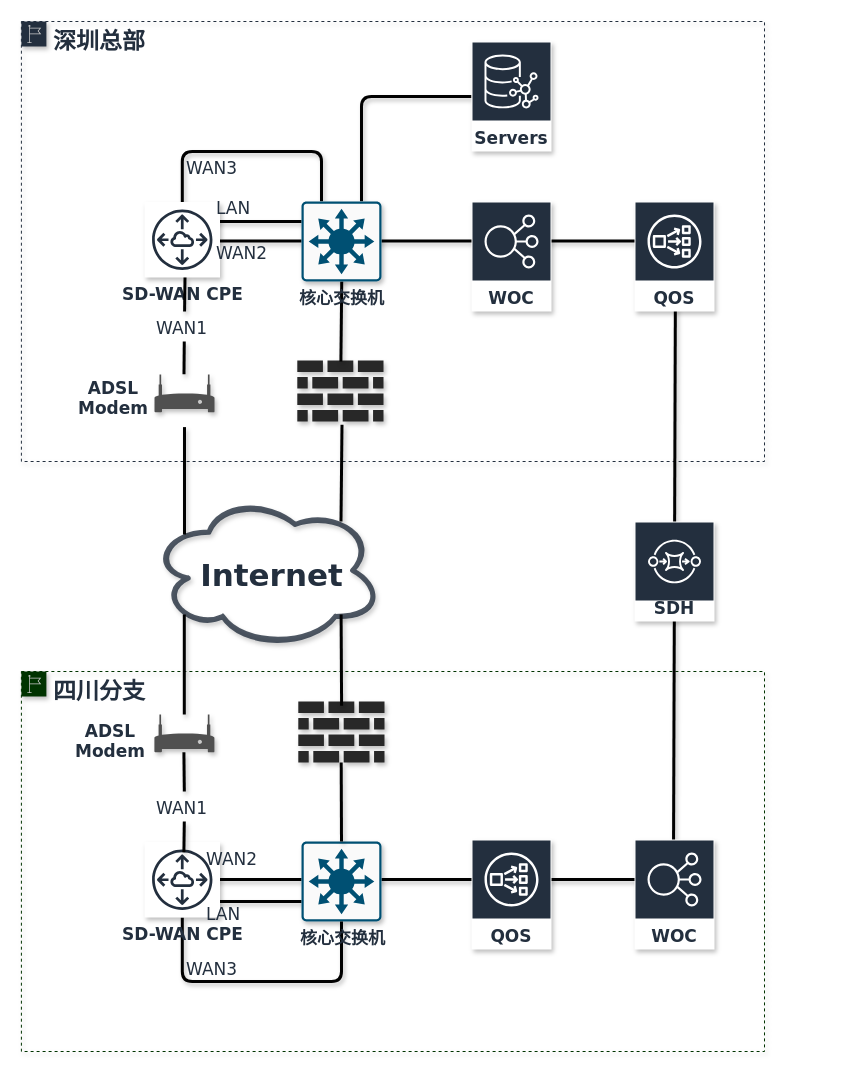
ZILLIONTSANG/NetworkDiagrams keeps this draw.io diagram as page "测试方案" (4 of 6) of Untitled Diagram.drawio. Above is the earlier version. Source tidied: cells renumbered, new cells numbered last; positions are measured from the earlier drawing's top-left corner, leaving out a move shared by most shapes. Both pictures are drawn from the tidied source at 100%, with x=0, y=0 at pixel (21, 21).
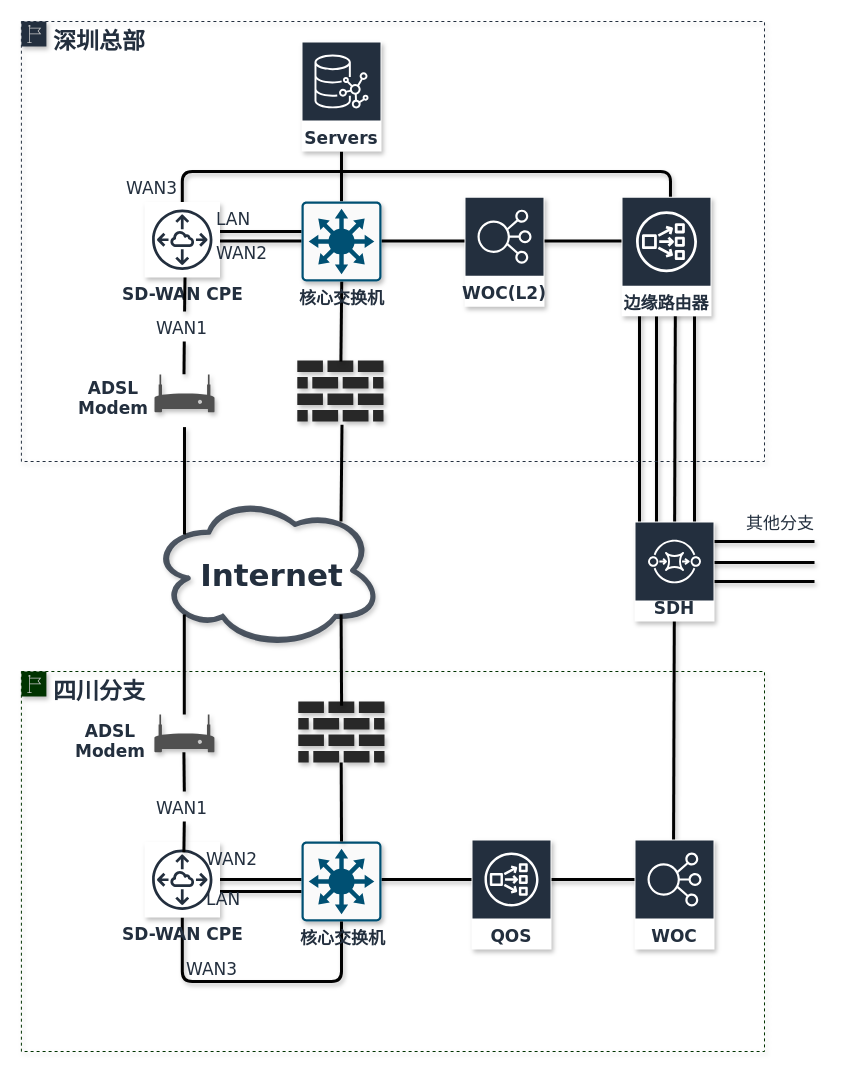
The same page after the edit.

The change refers to these unchanged cells:
```xml
<mxCell id="12" value="SD-WAN CPE" style="outlineConnect=0;fontColor=#232F3E;gradientColor=none;strokeColor=#232F3E;fillColor=#ffffff;dashed=0;verticalLabelPosition=bottom;verticalAlign=top;align=center;html=1;fontSize=17;fontStyle=1;shape=mxgraph.aws4.resourceIcon;resIcon=mxgraph.aws4.peering;fontFamily=Verdana;shadow=1;" parent="1" vertex="1">
  <mxGeometry x="123" y="180.5" width="75.5" height="75.5" as="geometry" />
</mxCell>
<mxCell id="32" style="points=[[0.015,0.015,0],[0.985,0.015,0],[0.985,0.985,0],[0.015,0.985,0],[0.25,0,0],[0.5,0,0],[0.75,0,0],[1,0.25,0],[1,0.5,0],[1,0.75,0],[0.75,1,0],[0.5,1,0],[0.25,1,0],[0,0.75,0],[0,0.5,0],[0,0.25,0]];verticalLabelPosition=bottom;html=1;verticalAlign=top;align=center;shape=mxgraph.cisco19.rect;prIcon=l3_switch;fillColor=#FAFAFA;strokeColor=#005073;dashed=0;fontSize=17;fontColor=#232F3E;fontFamily=Verdana;fontStyle=1;shadow=1;" parent="1" vertex="1">
  <mxGeometry x="280" y="180" width="80" height="80" as="geometry" />
</mxCell>
```

The edit, as a diff of the source:
```diff
@@
+    <mxCell id="51" style="edgeStyle=orthogonalEdgeStyle;rounded=0;orthogonalLoop=1;jettySize=auto;html=1;endArrow=none;endFill=0;strokeWidth=3;fontFamily=Verdana;fontSize=17;fontColor=#232F3E;shadow=1;" parent="1" edge="1">
+      <mxGeometry relative="1" as="geometry">
+        <mxPoint x="619" y="288" as="sourcePoint" />
+        <mxPoint x="793" y="520" as="targetPoint" />
+        <Array as="points">
+          <mxPoint x="618" y="288" />
+          <mxPoint x="618" y="520" />
+        </Array>
+      </mxGeometry>
+    </mxCell>
+    <mxCell id="52" style="edgeStyle=orthogonalEdgeStyle;rounded=0;jettySize=auto;html=1;endArrow=none;endFill=0;strokeWidth=3;fontFamily=Verdana;fontSize=17;fontColor=#232F3E;shadow=1;" parent="1" edge="1" source="55">
+      <mxGeometry relative="1" as="geometry">
+        <mxPoint x="793" y="560" as="targetPoint" />
+        <Array as="points">
+          <mxPoint x="673" y="560" />
+        </Array>
+      </mxGeometry>
+    </mxCell>
+    <mxCell id="53" style="edgeStyle=orthogonalEdgeStyle;rounded=0;jettySize=auto;html=1;endArrow=none;endFill=0;strokeWidth=3;fontFamily=Verdana;fontSize=17;fontColor=#232F3E;shadow=1;" parent="1" edge="1" source="55">
+      <mxGeometry relative="1" as="geometry">
+        <mxPoint x="793" y="541" as="targetPoint" />
+        <Array as="points">
+          <mxPoint x="635" y="541" />
+        </Array>
+      </mxGeometry>
+    </mxCell>
+    <mxCell id="54" value="&lt;div style=&quot;text-align: center&quot;&gt;&lt;font face=&quot;verdana&quot;&gt;其他分支&lt;/font&gt;&lt;/div&gt;" style="text;whiteSpace=wrap;html=1;fontSize=17;fontFamily=Verdana;fontColor=#232F3E;shadow=1;" parent="1" vertex="1">
+      <mxGeometry x="723" y="485" width="100" height="40" as="geometry" />
+    </mxCell>
@@
     <mxCell id="3" style="rounded=0;orthogonalLoop=1;jettySize=auto;html=1;fontSize=17;fontColor=#232F3E;fontFamily=Verdana;fontStyle=1;endArrow=none;endFill=0;strokeWidth=3;shadow=1;" parent="1" edge="1">
-      <mxGeometry x="-153.3" y="237.9" as="geometry">
-        <mxPoint x="326" y="200" as="sourcePoint" />
-        <mxPoint x="183" y="200" as="targetPoint" />
+      <mxGeometry x="-162.9" y="247.9" as="geometry">
+        <mxPoint x="316.4" y="210" as="sourcePoint" />
+        <mxPoint x="173.4" y="210" as="targetPoint" />
       </mxGeometry>
     </mxCell>
@@
     <mxCell id="5" style="rounded=0;orthogonalLoop=1;jettySize=auto;html=1;fontSize=17;fontColor=#232F3E;fontFamily=Verdana;fontStyle=1;endArrow=none;endFill=0;strokeWidth=3;shadow=1;" parent="1" edge="1">
-      <mxGeometry x="-162.9" y="917.9" as="geometry">
-        <mxPoint x="316.4" y="880" as="sourcePoint" />
-        <mxPoint x="173.4" y="880" as="targetPoint" />
+      <mxGeometry x="-162.9" y="907.9" as="geometry">
+        <mxPoint x="316.4" y="870" as="sourcePoint" />
+        <mxPoint x="173.4" y="870" as="targetPoint" />
       </mxGeometry>
     </mxCell>
@@
-    <mxCell id="9" style="edgeStyle=orthogonalEdgeStyle;rounded=1;jettySize=auto;html=1;entryX=0.75;entryY=0;entryDx=0;entryDy=0;entryPerimeter=0;endArrow=none;endFill=0;strokeWidth=3;fontFamily=Verdana;fontSize=17;fontColor=#232F3E;sketch=0;shadow=1;" parent="1" edge="1" source="10" target="32">
-      <mxGeometry relative="1" as="geometry" />
+    <mxCell id="9" style="edgeStyle=orthogonalEdgeStyle;rounded=1;jettySize=auto;html=1;entryX=0.5;entryY=0;entryDx=0;entryDy=0;entryPerimeter=0;endArrow=none;endFill=0;strokeWidth=3;fontFamily=Verdana;fontSize=17;fontColor=#232F3E;sketch=0;shadow=1;" parent="1" edge="1" source="10" target="32">
+      <mxGeometry relative="1" as="geometry">
+        <Array as="points">
+          <mxPoint x="320" y="150" />
+          <mxPoint x="320" y="150" />
+        </Array>
+      </mxGeometry>
     </mxCell>
     <mxCell id="10" value="Servers" style="outlineConnect=0;fontColor=#232F3E;gradientColor=none;strokeColor=#ffffff;fillColor=#232F3E;dashed=0;verticalLabelPosition=middle;verticalAlign=bottom;align=center;html=1;whiteSpace=wrap;fontSize=17;fontStyle=1;spacing=3;shape=mxgraph.aws4.productIcon;prIcon=mxgraph.aws4.neptune;fontFamily=Verdana;shadow=1;" parent="1" vertex="1">
-      <mxGeometry x="450" y="20" width="80" height="110" as="geometry" />
+      <mxGeometry x="280" y="20" width="80" height="110" as="geometry" />
     </mxCell>
-    <mxCell id="11" style="edgeStyle=orthogonalEdgeStyle;rounded=1;sketch=0;jettySize=auto;html=1;entryX=0.25;entryY=0;entryDx=0;entryDy=0;entryPerimeter=0;shadow=1;endArrow=none;endFill=0;strokeWidth=3;fontFamily=Verdana;fontSize=17;fontColor=#232F3E;" parent="1" edge="1" source="12" target="32">
+    <mxCell id="11" style="edgeStyle=orthogonalEdgeStyle;rounded=1;sketch=0;jettySize=auto;html=1;entryX=0.544;entryY=0.026;entryDx=0;entryDy=0;entryPerimeter=0;shadow=1;endArrow=none;endFill=0;strokeWidth=3;fontFamily=Verdana;fontSize=17;fontColor=#232F3E;" parent="1" edge="1" source="12" target="55">
       <mxGeometry relative="1" as="geometry">
         <Array as="points">
-          <mxPoint x="161" y="130" />
-          <mxPoint x="300" y="130" />
+          <mxPoint x="161" y="150" />
+          <mxPoint x="649" y="150" />
         </Array>
       </mxGeometry>
     </mxCell>
@@
     <mxCell id="38" value="&lt;font face=&quot;verdana&quot;&gt;LAN&lt;/font&gt;" style="text;whiteSpace=wrap;html=1;fontSize=17;fontFamily=Verdana;fontColor=#232F3E;shadow=1;" parent="1" vertex="1">
-      <mxGeometry x="183" y="876" width="60" height="40" as="geometry" />
+      <mxGeometry x="183" y="860.5" width="60" height="40" as="geometry" />
     </mxCell>
@@
     <mxCell id="40" value="&lt;font face=&quot;verdana&quot;&gt;LAN&lt;/font&gt;" style="text;whiteSpace=wrap;html=1;fontSize=17;fontFamily=Verdana;fontColor=#232F3E;shadow=1;" parent="1" vertex="1">
-      <mxGeometry x="193" y="170" width="60" height="40" as="geometry" />
+      <mxGeometry x="193" y="180.5" width="60" height="40" as="geometry" />
     </mxCell>
@@
     <mxCell id="45" value="&lt;font face=&quot;verdana&quot;&gt;WAN3&lt;/font&gt;" style="text;whiteSpace=wrap;html=1;fontSize=17;fontFamily=Verdana;fontColor=#232F3E;shadow=1;" parent="1" vertex="1">
-      <mxGeometry x="163" y="130" width="60" height="35" as="geometry" />
+      <mxGeometry x="103" y="150" width="60" height="35" as="geometry" />
     </mxCell>
@@
-    <mxCell id="49" value="WOC" style="fontColor=#232F3E;gradientColor=none;strokeColor=#ffffff;fillColor=#232F3E;dashed=0;verticalLabelPosition=middle;verticalAlign=bottom;align=center;html=1;whiteSpace=wrap;fontSize=17;fontStyle=1;spacing=3;shape=mxgraph.aws4.productIcon;prIcon=mxgraph.aws4.elastic_load_balancing;fontFamily=Verdana;shadow=1;" parent="1" vertex="1">
-      <mxGeometry x="450" y="180" width="80" height="110" as="geometry" />
-    </mxCell>
-    <mxCell id="50" value="QOS" style="fontColor=#232F3E;gradientColor=none;strokeColor=#ffffff;fillColor=#232F3E;dashed=0;verticalLabelPosition=middle;verticalAlign=bottom;align=center;html=1;whiteSpace=wrap;fontSize=17;fontStyle=1;spacing=3;shape=mxgraph.aws4.productIcon;prIcon=mxgraph.aws4.network_load_balancer;fontFamily=Verdana;shadow=1;" parent="1" vertex="1">
-      <mxGeometry x="613" y="180" width="80" height="110" as="geometry" />
-    </mxCell>
+    <mxCell id="55" value="边缘路由器" style="outlineConnect=0;fontColor=#232F3E;gradientColor=none;strokeColor=#ffffff;fillColor=#232F3E;dashed=0;verticalLabelPosition=middle;verticalAlign=bottom;align=center;html=1;whiteSpace=wrap;fontSize=17;fontStyle=1;spacing=3;shape=mxgraph.aws4.productIcon;prIcon=mxgraph.aws4.network_load_balancer;fontFamily=Verdana;shadow=1;" parent="1" vertex="1">
+      <mxGeometry x="600" y="175.2" width="90" height="119.5" as="geometry" />
+    </mxCell>
+    <mxCell id="56" value="WOC(L2)" style="fontColor=#232F3E;gradientColor=none;strokeColor=#ffffff;fillColor=#232F3E;dashed=0;verticalLabelPosition=middle;verticalAlign=bottom;align=center;html=1;whiteSpace=wrap;fontSize=17;fontStyle=1;spacing=3;shape=mxgraph.aws4.productIcon;prIcon=mxgraph.aws4.elastic_load_balancing;fontFamily=Verdana;shadow=1;" parent="1" vertex="1">
+      <mxGeometry x="443" y="175.2" width="80" height="110" as="geometry" />
+    </mxCell>
```
